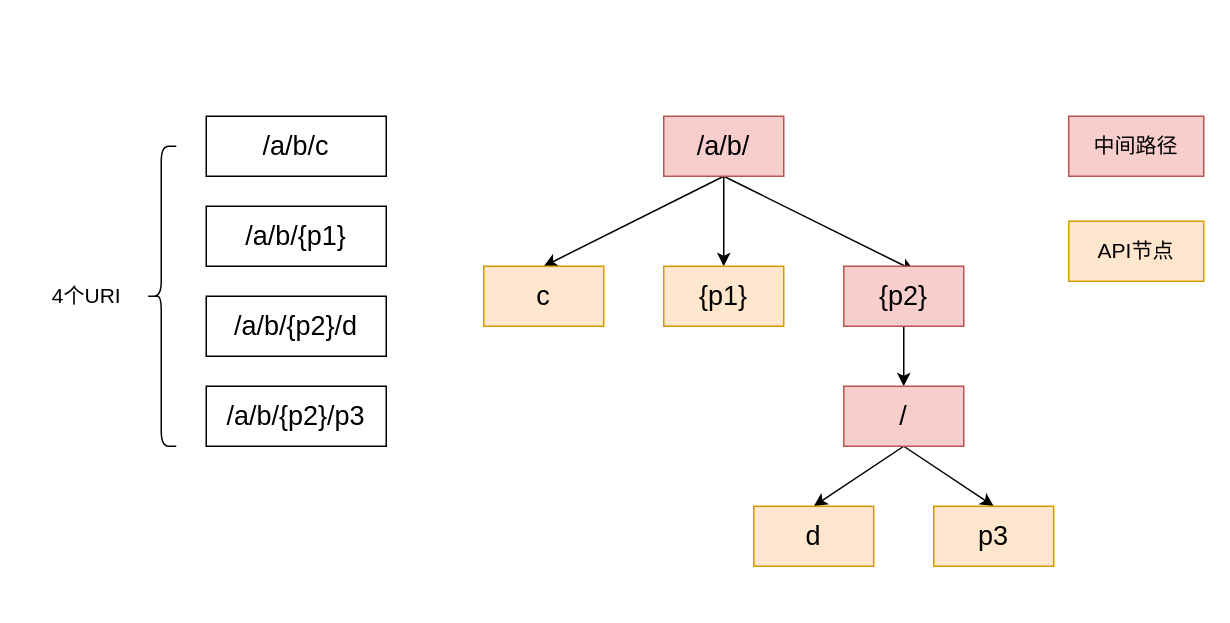
Floweryu/my-diagrams keeps this draw.io diagram as 压缩前缀树.drawio. Above is the earlier version. Source tidied: cells renumbered, new cells numbered last; positions are measured from the earlier drawing's top-left corner, leaving out a move shared by most shapes. Both pictures are drawn from the tidied source at 150%, with x=0, y=0 at pixel (33, 116).
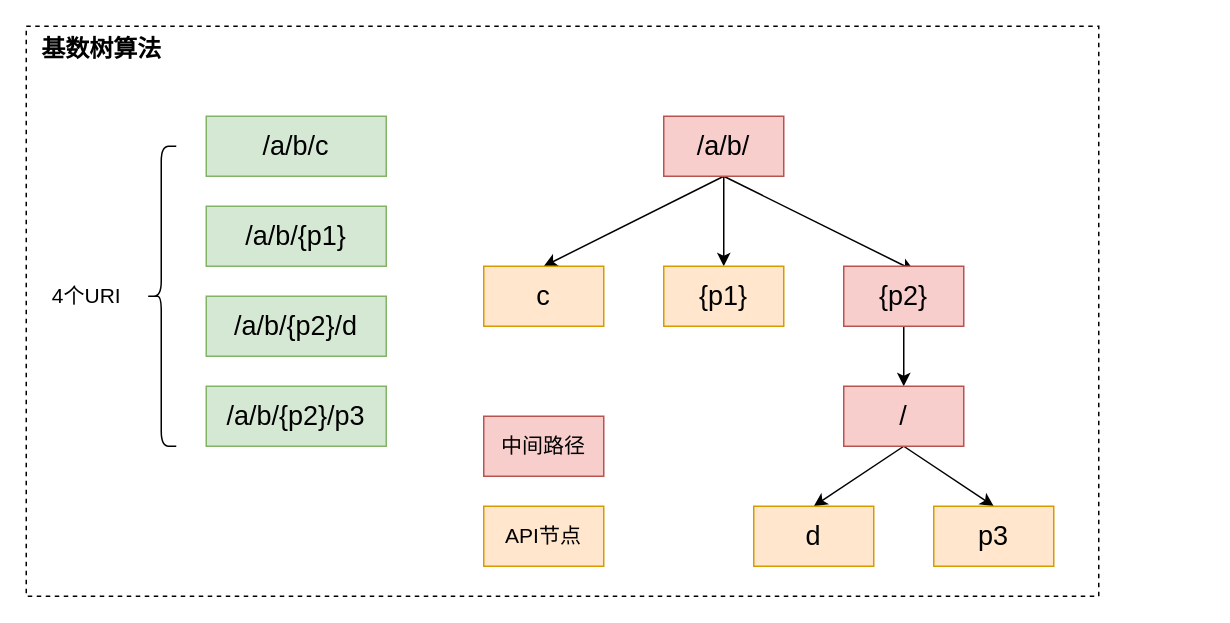
The same diagram, later.

Commit message:
更新压缩前缀树.drawio

What changed in the source:
```diff
@@
+    <mxCell id="23" style="rounded=0;whiteSpace=wrap;html=1;dashed=1;" parent="1" vertex="1">
+      <mxGeometry x="-5" y="-60" width="715" height="380" as="geometry" />
+    </mxCell>
@@
-    <mxCell id="15" value="&lt;font style=&quot;font-size: 18px;&quot;&gt;/a/b/c&lt;/font&gt;" style="rounded=0;whiteSpace=wrap;html=1;" parent="1" vertex="1">
+    <mxCell id="15" value="&lt;font style=&quot;font-size: 18px;&quot;&gt;/a/b/c&lt;/font&gt;" style="rounded=0;whiteSpace=wrap;html=1;fillColor=#d5e8d4;strokeColor=#82b366;" parent="1" vertex="1">
       <mxGeometry x="115" width="120" height="40" as="geometry" />
     </mxCell>
-    <mxCell id="16" value="&lt;font style=&quot;font-size: 18px;&quot;&gt;/a/b/{p1}&lt;/font&gt;" style="rounded=0;whiteSpace=wrap;html=1;" parent="1" vertex="1">
+    <mxCell id="16" value="&lt;font style=&quot;font-size: 18px;&quot;&gt;/a/b/{p1}&lt;/font&gt;" style="rounded=0;whiteSpace=wrap;html=1;fillColor=#d5e8d4;strokeColor=#82b366;" parent="1" vertex="1">
       <mxGeometry x="115" y="60" width="120" height="40" as="geometry" />
     </mxCell>
-    <mxCell id="17" value="&lt;font style=&quot;font-size: 18px;&quot;&gt;/a/b/{p2}/d&lt;/font&gt;" style="rounded=0;whiteSpace=wrap;html=1;" parent="1" vertex="1">
+    <mxCell id="17" value="&lt;font style=&quot;font-size: 18px;&quot;&gt;/a/b/{p2}/d&lt;/font&gt;" style="rounded=0;whiteSpace=wrap;html=1;fillColor=#d5e8d4;strokeColor=#82b366;" parent="1" vertex="1">
       <mxGeometry x="115" y="120" width="120" height="40" as="geometry" />
     </mxCell>
-    <mxCell id="18" value="&lt;font style=&quot;font-size: 18px;&quot;&gt;/a/b/{p2}/p3&lt;/font&gt;" style="rounded=0;whiteSpace=wrap;html=1;" parent="1" vertex="1">
+    <mxCell id="18" value="&lt;font style=&quot;font-size: 18px;&quot;&gt;/a/b/{p2}/p3&lt;/font&gt;" style="rounded=0;whiteSpace=wrap;html=1;fillColor=#d5e8d4;strokeColor=#82b366;" parent="1" vertex="1">
       <mxGeometry x="115" y="180" width="120" height="40" as="geometry" />
     </mxCell>
     <mxCell id="19" value="&lt;font style=&quot;font-size: 14px;&quot;&gt;中间路径&lt;/font&gt;" style="rounded=0;whiteSpace=wrap;html=1;fillColor=#f8cecc;strokeColor=#b85450;" parent="1" vertex="1">
-      <mxGeometry x="690" width="90" height="40" as="geometry" />
+      <mxGeometry x="300" y="200" width="80" height="40" as="geometry" />
     </mxCell>
     <mxCell id="20" value="&lt;font style=&quot;font-size: 14px;&quot;&gt;API节点&lt;/font&gt;" style="rounded=0;whiteSpace=wrap;html=1;fillColor=#ffe6cc;strokeColor=#d79b00;" parent="1" vertex="1">
-      <mxGeometry x="690" y="70" width="90" height="40" as="geometry" />
+      <mxGeometry x="300" y="260" width="80" height="40" as="geometry" />
     </mxCell>
@@
+    <mxCell id="24" value="&lt;b&gt;&lt;font style=&quot;font-size: 16px;&quot;&gt;基数树算法&lt;/font&gt;&lt;/b&gt;" style="text;html=1;align=center;verticalAlign=middle;strokeColor=none;fillColor=none;" parent="1" vertex="1">
+      <mxGeometry x="-5" y="-60" width="100" height="30" as="geometry" />
+    </mxCell>
```
